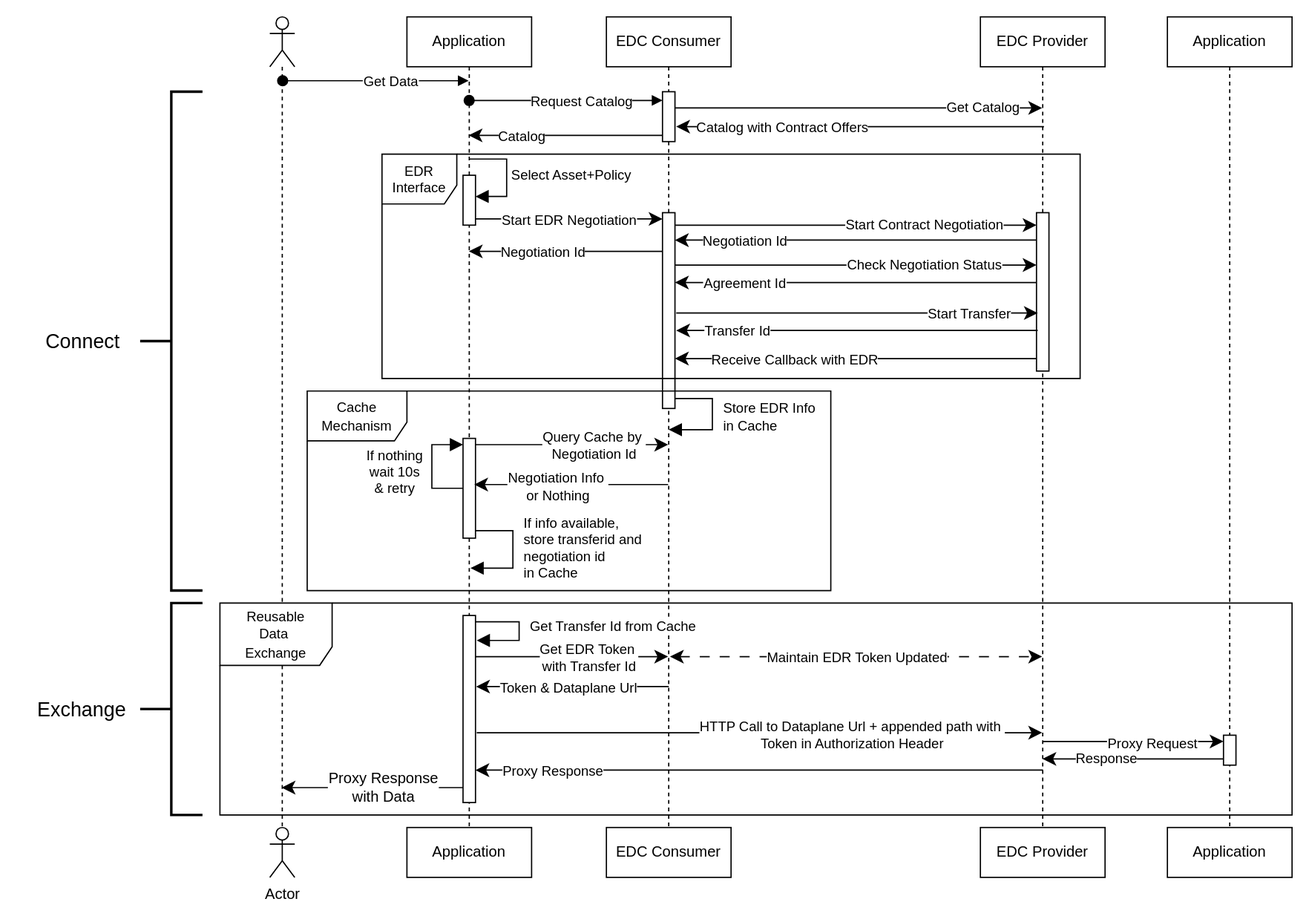
This is docs/patterns/connect&exchange/media/connect&exchange-detailed.svg from eclipse-tractusx/sig-architecture, a draw.io export, as it was before one commit. Source tidied: cells renumbered, new cells last; positions are measured from the earlier drawing's top-left corner, leaving out a move shared by most shapes.
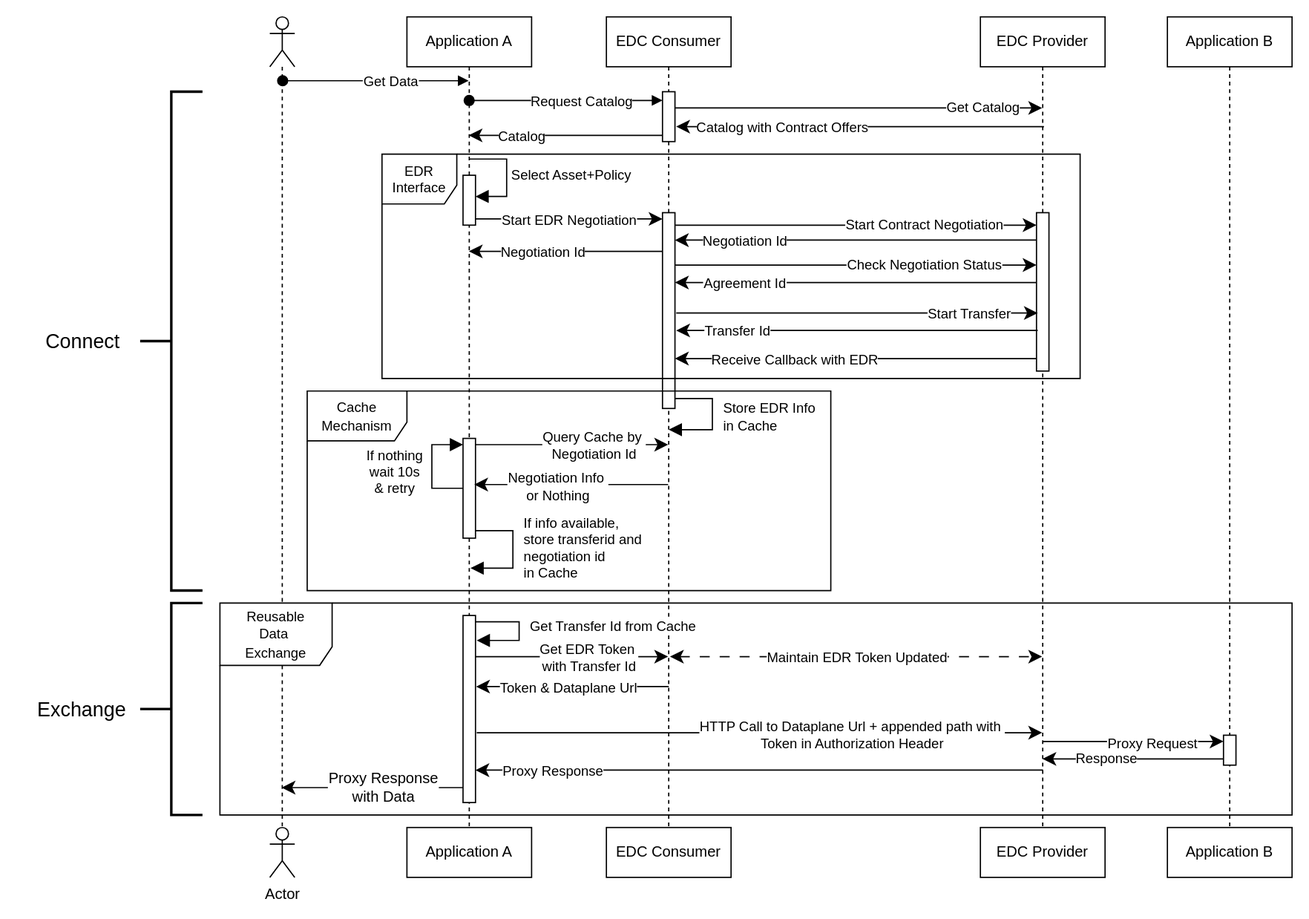
After the commit.

Change to the diagram source:
```diff
@@ -3,7 +3,7 @@
     <mxCell id="0" />
     <mxCell id="1" value="Untitled Layer" parent="0" />
     <mxCell id="2" parent="0" />
-    <mxCell id="3" value="Application" style="shape=umlLifeline;perimeter=lifelinePerimeter;whiteSpace=wrap;html=1;outlineConnect=0;portConstraint=eastwest;newEdgeStyle={&quot;edgeStyle&quot;:&quot;elbowEdgeStyle&quot;,&quot;elbow&quot;:&quot;vertical&quot;,&quot;curved&quot;:0,&quot;rounded&quot;:0};" parent="2" vertex="1">
+    <mxCell id="3" value="Application A" style="shape=umlLifeline;perimeter=lifelinePerimeter;whiteSpace=wrap;html=1;outlineConnect=0;portConstraint=eastwest;newEdgeStyle={&quot;edgeStyle&quot;:&quot;elbowEdgeStyle&quot;,&quot;elbow&quot;:&quot;vertical&quot;,&quot;curved&quot;:0,&quot;rounded&quot;:0};" parent="2" vertex="1">
       <mxGeometry x="314" width="100" height="650" as="geometry" />
     </mxCell>
     <mxCell id="4" style="html=1;points=[[0,0,0,0,5],[0,1,0,0,-5],[1,0,0,0,5],[1,1,0,0,-5]];perimeter=orthogonalPerimeter;outlineConnect=0;targetShapes=umlLifeline;portConstraint=eastwest;newEdgeStyle={&quot;curved&quot;:0,&quot;rounded&quot;:0};fontSize=11;" parent="3" vertex="1">
@@ -224,7 +224,7 @@
         </Array>
       </mxGeometry>
     </mxCell>
-    <mxCell id="46" value="Application" style="shape=umlLifeline;perimeter=lifelinePerimeter;whiteSpace=wrap;html=1;newEdgeStyle={&quot;curved&quot;:0,&quot;rounded&quot;:0};" parent="2" vertex="1">
+    <mxCell id="46" value="Application B" style="shape=umlLifeline;perimeter=lifelinePerimeter;whiteSpace=wrap;html=1;newEdgeStyle={&quot;curved&quot;:0,&quot;rounded&quot;:0};" parent="2" vertex="1">
       <mxGeometry x="924" width="100" height="650" as="geometry" />
     </mxCell>
     <mxCell id="47" style="html=1;points=[[0,0,0,0,5],[0,1,0,0,-5],[1,0,0,0,5],[1,1,0,0,-5]];perimeter=orthogonalPerimeter;outlineConnect=0;targetShapes=umlLifeline;portConstraint=eastwest;newEdgeStyle={&quot;curved&quot;:0,&quot;rounded&quot;:0};fontSize=11;" parent="46" vertex="1">
@@ -341,7 +341,7 @@
         <mxPoint x="27" y="-2" as="offset" />
       </mxGeometry>
     </mxCell>
-    <mxCell id="70" value="Application" style="html=1;whiteSpace=wrap;" parent="2" vertex="1">
+    <mxCell id="70" value="Application A" style="html=1;whiteSpace=wrap;" parent="2" vertex="1">
       <mxGeometry x="314" y="650" width="100" height="40" as="geometry" />
     </mxCell>
     <mxCell id="71" value="EDC Consumer" style="html=1;whiteSpace=wrap;" parent="2" vertex="1">
@@ -350,7 +350,7 @@
     <mxCell id="72" value="EDC Provider" style="html=1;whiteSpace=wrap;" parent="2" vertex="1">
       <mxGeometry x="774" y="650" width="100" height="40" as="geometry" />
     </mxCell>
-    <mxCell id="73" value="Application" style="html=1;whiteSpace=wrap;" parent="2" vertex="1">
+    <mxCell id="73" value="Application B" style="html=1;whiteSpace=wrap;" parent="2" vertex="1">
       <mxGeometry x="924" y="650" width="100" height="40" as="geometry" />
     </mxCell>
     <mxCell id="74" value="Actor" style="shape=umlActor;verticalLabelPosition=bottom;verticalAlign=top;html=1;" parent="2" vertex="1">
```
